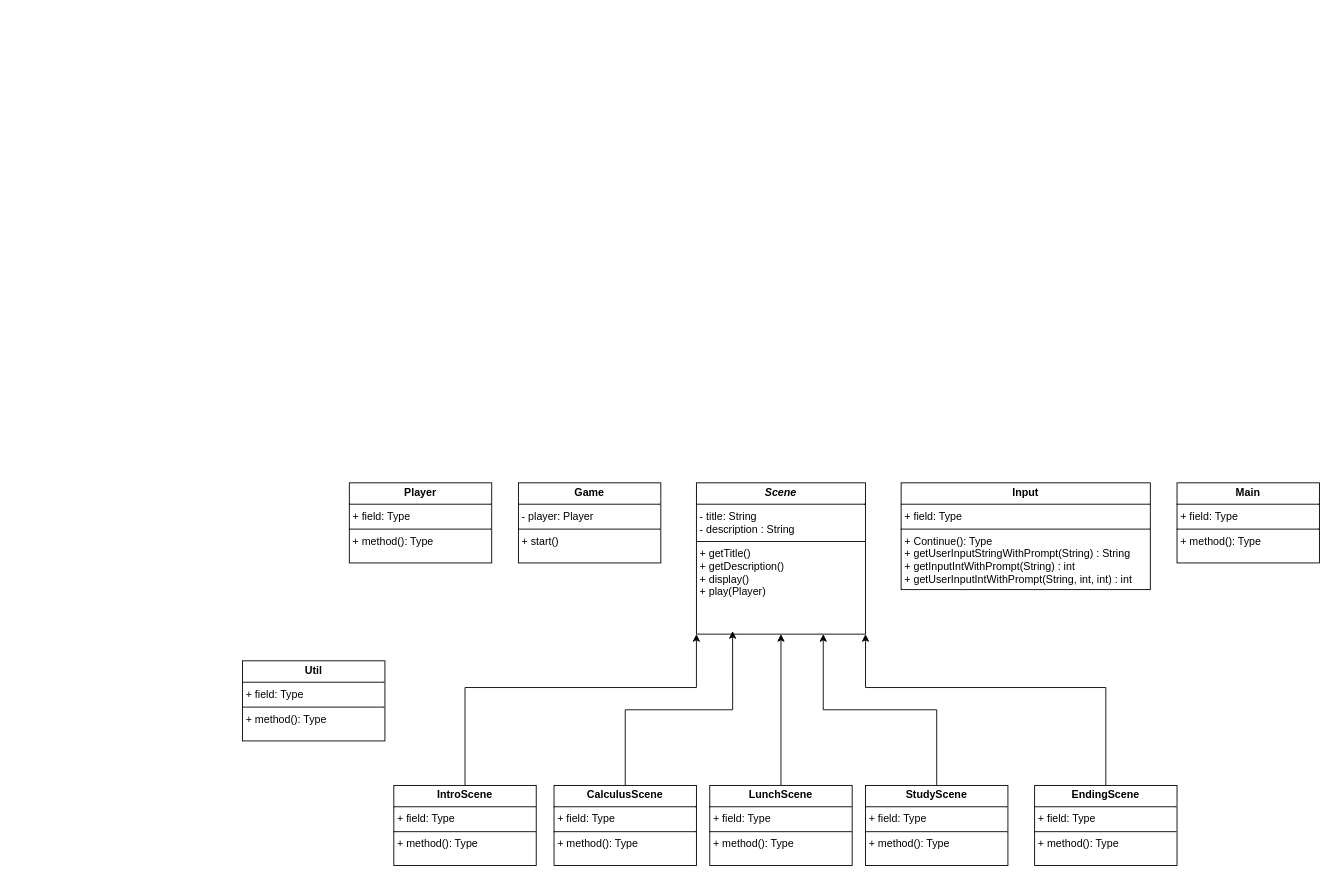
Earlier version of the draw.io diagram .idea/UML Diagram.drawio (lin-zaw112/cs_adventure). Source tidied: cells renumbered, new cells numbered last; positions are measured from the earlier drawing's top-left corner, leaving out a move shared by most shapes. Both pictures are drawn from the tidied source at 89%, with x=0, y=0 at pixel (242, 482).
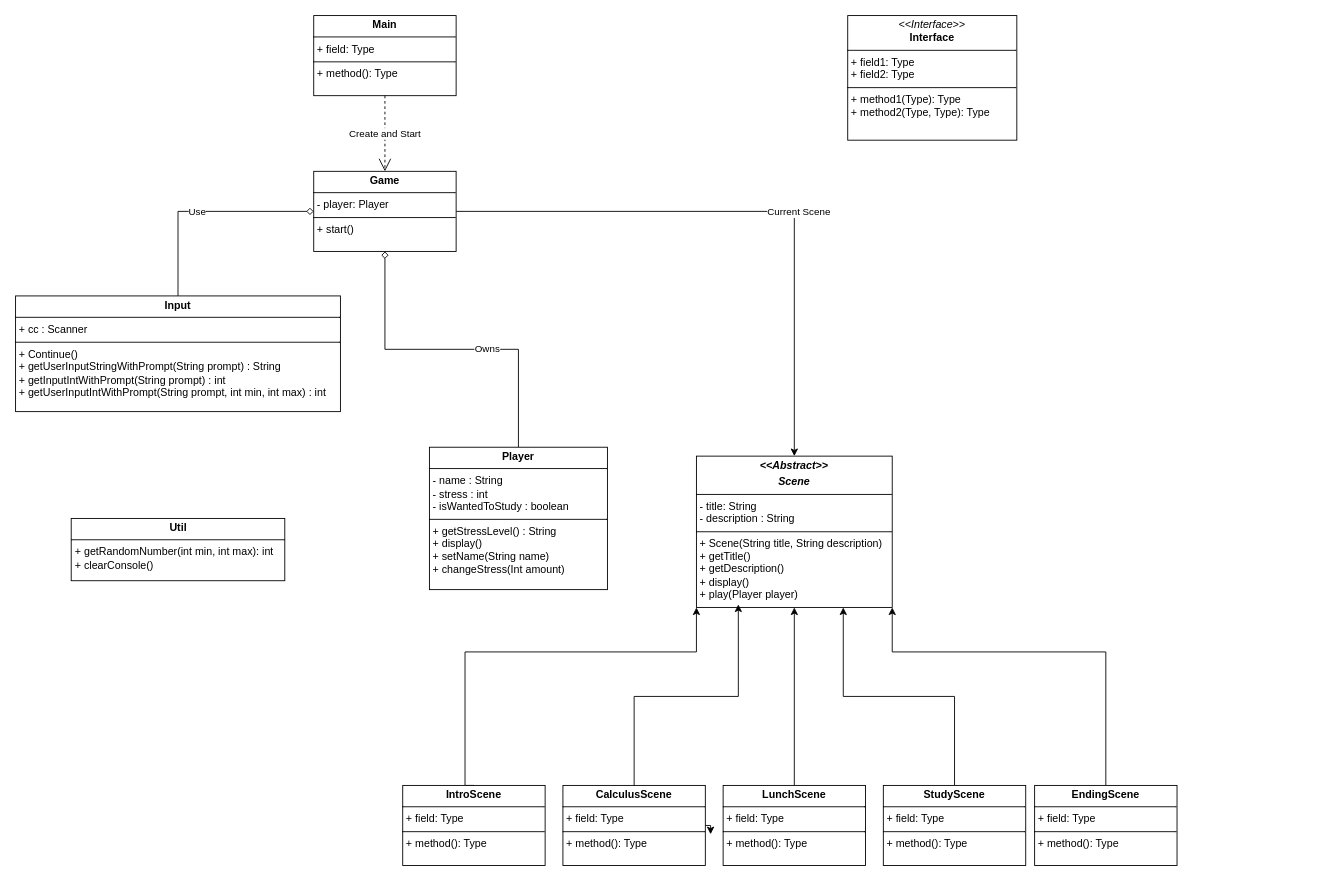
After the change.

The change refers to these unchanged cells:
```xml
<mxCell id="16" value="&lt;p style=&quot;margin:0px;margin-top:4px;text-align:center;&quot;&gt;&lt;b&gt;EndingScene&lt;/b&gt;&lt;/p&gt;&lt;hr size=&quot;1&quot; style=&quot;border-style:solid;&quot;&gt;&lt;p style=&quot;margin:0px;margin-left:4px;&quot;&gt;+ field: Type&lt;/p&gt;&lt;hr size=&quot;1&quot; style=&quot;border-style:solid;&quot;&gt;&lt;p style=&quot;margin:0px;margin-left:4px;&quot;&gt;+ method(): Type&lt;/p&gt;" style="verticalAlign=top;align=left;overflow=fill;html=1;whiteSpace=wrap;" parent="1" vertex="1">
  <mxGeometry x="890" y="340" width="160" height="90" as="geometry" />
</mxCell>
```

Change to the diagram source:
```diff
@@
-    <mxCell id="2" value="&lt;p style=&quot;margin:0px;margin-top:4px;text-align:center;&quot;&gt;&lt;b&gt;&lt;i&gt;Scene&lt;/i&gt;&lt;/b&gt;&lt;/p&gt;&lt;hr size=&quot;1&quot; style=&quot;border-style:solid;&quot;&gt;&lt;p style=&quot;margin:0px;margin-left:4px;&quot;&gt;- title: String&lt;br&gt;- description : String&lt;/p&gt;&lt;hr size=&quot;1&quot; style=&quot;border-style:solid;&quot;&gt;&lt;p style=&quot;margin:0px;margin-left:4px;&quot;&gt;+ getTitle()&lt;br&gt;+ getDescription()&lt;/p&gt;&lt;p style=&quot;margin:0px;margin-left:4px;&quot;&gt;+ display()&amp;nbsp;&lt;/p&gt;&lt;p style=&quot;margin:0px;margin-left:4px;&quot;&gt;+ play(Player)&lt;/p&gt;" style="verticalAlign=top;align=left;overflow=fill;html=1;whiteSpace=wrap;" parent="1" vertex="1">
-      <mxGeometry x="510" width="190" height="170" as="geometry" />
+    <mxCell id="2" value="&lt;p style=&quot;margin:0px;margin-top:4px;text-align:center;&quot;&gt;&lt;b&gt;&lt;i&gt;&amp;lt;&amp;lt;Abstract&amp;gt;&amp;gt;&lt;/i&gt;&lt;/b&gt;&lt;/p&gt;&lt;p style=&quot;margin:0px;margin-top:4px;text-align:center;&quot;&gt;&lt;b&gt;&lt;i&gt;Scene&lt;/i&gt;&lt;/b&gt;&lt;/p&gt;&lt;hr size=&quot;1&quot; style=&quot;border-style:solid;&quot;&gt;&lt;p style=&quot;margin:0px;margin-left:4px;&quot;&gt;- title: String&lt;br&gt;- description : String&lt;/p&gt;&lt;hr size=&quot;1&quot; style=&quot;border-style:solid;&quot;&gt;&lt;p style=&quot;margin:0px;margin-left:4px;&quot;&gt;+ Scene(String title, String description)&lt;/p&gt;&lt;p style=&quot;margin:0px;margin-left:4px;&quot;&gt;+ getTitle()&lt;br&gt;+ getDescription()&lt;/p&gt;&lt;p style=&quot;margin:0px;margin-left:4px;&quot;&gt;+ display()&amp;nbsp;&lt;/p&gt;&lt;p style=&quot;margin:0px;margin-left:4px;&quot;&gt;+ play(Player player)&lt;/p&gt;" style="verticalAlign=top;align=left;overflow=fill;html=1;whiteSpace=wrap;" parent="1" vertex="1">
+      <mxGeometry x="510" y="-30" width="220" height="170" as="geometry" />
     </mxCell>
     <mxCell id="3" value="&lt;p style=&quot;margin:0px;margin-top:4px;text-align:center;&quot;&gt;&lt;b&gt;Main&lt;/b&gt;&lt;/p&gt;&lt;hr size=&quot;1&quot; style=&quot;border-style:solid;&quot;&gt;&lt;p style=&quot;margin:0px;margin-left:4px;&quot;&gt;+ field: Type&lt;/p&gt;&lt;hr size=&quot;1&quot; style=&quot;border-style:solid;&quot;&gt;&lt;p style=&quot;margin:0px;margin-left:4px;&quot;&gt;+ method(): Type&lt;/p&gt;" style="verticalAlign=top;align=left;overflow=fill;html=1;whiteSpace=wrap;" parent="1" vertex="1">
-      <mxGeometry x="1050" width="160" height="90" as="geometry" />
+      <mxGeometry x="80" y="-525" width="160" height="90" as="geometry" />
     </mxCell>
-    <mxCell id="4" value="&lt;p style=&quot;margin:0px;margin-top:4px;text-align:center;&quot;&gt;&lt;b&gt;Input&lt;/b&gt;&lt;/p&gt;&lt;hr size=&quot;1&quot; style=&quot;border-style:solid;&quot;&gt;&lt;p style=&quot;margin:0px;margin-left:4px;&quot;&gt;+ field: Type&lt;/p&gt;&lt;hr size=&quot;1&quot; style=&quot;border-style:solid;&quot;&gt;&lt;p style=&quot;margin:0px;margin-left:4px;&quot;&gt;+ Continue(): Type&lt;/p&gt;&lt;p style=&quot;margin:0px;margin-left:4px;&quot;&gt;+ getUserInputStringWithPrompt(String) : String&lt;/p&gt;&lt;p style=&quot;margin:0px;margin-left:4px;&quot;&gt;+ getInputIntWithPrompt(String) : int&lt;/p&gt;&lt;p style=&quot;margin:0px;margin-left:4px;&quot;&gt;+ getUserInputIntWithPrompt(String, int, int) : int&lt;/p&gt;" style="verticalAlign=top;align=left;overflow=fill;html=1;whiteSpace=wrap;" parent="1" vertex="1">
-      <mxGeometry x="740" width="280" height="120" as="geometry" />
-    </mxCell>
     <mxCell id="5" style="edgeStyle=orthogonalEdgeStyle;rounded=0;jettySize=auto;html=1;exitX=0.5;exitY=0;exitDx=0;exitDy=0;entryX=0;entryY=1;entryDx=0;entryDy=0;defaultLabelBackgroundColor=page;" parent="1" edge="1" source="6" target="2">
       <mxGeometry relative="1" as="geometry">
         <Array as="points">
-          <mxPoint x="250" y="230" />
-          <mxPoint x="510" y="230" />
+          <mxPoint x="250" y="340" />
+          <mxPoint x="250" y="190" />
+          <mxPoint x="510" y="190" />
         </Array>
       </mxGeometry>
     </mxCell>
     <mxCell id="6" value="&lt;p style=&quot;margin:0px;margin-top:4px;text-align:center;&quot;&gt;&lt;b&gt;IntroScene&lt;/b&gt;&lt;/p&gt;&lt;hr size=&quot;1&quot; style=&quot;border-style:solid;&quot;&gt;&lt;p style=&quot;margin:0px;margin-left:4px;&quot;&gt;+ field: Type&lt;/p&gt;&lt;hr size=&quot;1&quot; style=&quot;border-style:solid;&quot;&gt;&lt;p style=&quot;margin:0px;margin-left:4px;&quot;&gt;+ method(): Type&lt;/p&gt;" style="verticalAlign=top;align=left;overflow=fill;html=1;whiteSpace=wrap;" parent="1" vertex="1">
-      <mxGeometry x="170" y="340" width="160" height="90" as="geometry" />
+      <mxGeometry x="180" y="340" width="160" height="90" as="geometry" />
     </mxCell>
+    <mxCell id="18" style="edgeStyle=orthogonalEdgeStyle;rounded=0;jettySize=auto;html=1;exitX=1;exitY=0.5;exitDx=0;exitDy=0;defaultLabelBackgroundColor=page;" parent="1" edge="1" source="7" target="2">
+      <mxGeometry relative="1" as="geometry" />
+    </mxCell>
+    <mxCell id="19" value="Current Scene" style="edgeLabel;html=1;align=center;verticalAlign=middle;inheritText=1;defaultLabelBackgroundColor=page;" parent="18" vertex="1">
+      <mxGeometry x="0.16" y="4" relative="1" as="geometry" />
+    </mxCell>
     <mxCell id="7" value="&lt;p style=&quot;margin:0px;margin-top:4px;text-align:center;&quot;&gt;&lt;b&gt;Game&lt;/b&gt;&lt;/p&gt;&lt;hr size=&quot;1&quot; style=&quot;border-style:solid;&quot;&gt;&lt;p style=&quot;margin:0px;margin-left:4px;&quot;&gt;- player: Player&lt;/p&gt;&lt;hr size=&quot;1&quot; style=&quot;border-style:solid;&quot;&gt;&lt;p style=&quot;margin:0px;margin-left:4px;&quot;&gt;+ start()&lt;/p&gt;" style="verticalAlign=top;align=left;overflow=fill;html=1;whiteSpace=wrap;" parent="1" vertex="1">
-      <mxGeometry x="310" width="160" height="90" as="geometry" />
+      <mxGeometry x="80" y="-350" width="160" height="90" as="geometry" />
     </mxCell>
+    <mxCell id="20" style="edgeStyle=orthogonalEdgeStyle;rounded=0;jettySize=auto;html=1;entryX=0.5;entryY=1;entryDx=0;entryDy=0;defaultLabelBackgroundColor=page;endArrow=diamond;endFill=0;" parent="1" edge="1" source="8" target="7">
+      <mxGeometry relative="1" as="geometry" />
+    </mxCell>
+    <mxCell id="21" value="Owns" style="edgeLabel;html=1;align=center;verticalAlign=middle;inheritText=1;defaultLabelBackgroundColor=page;" parent="20" vertex="1">
+      <mxGeometry x="-0.21" y="-2" relative="1" as="geometry" />
+    </mxCell>
-    <mxCell id="8" value="&lt;p style=&quot;margin:0px;margin-top:4px;text-align:center;&quot;&gt;&lt;b&gt;Player&lt;/b&gt;&lt;/p&gt;&lt;hr size=&quot;1&quot; style=&quot;border-style:solid;&quot;&gt;&lt;p style=&quot;margin:0px;margin-left:4px;&quot;&gt;+ field: Type&lt;/p&gt;&lt;hr size=&quot;1&quot; style=&quot;border-style:solid;&quot;&gt;&lt;p style=&quot;margin:0px;margin-left:4px;&quot;&gt;+ method(): Type&lt;/p&gt;" style="verticalAlign=top;align=left;overflow=fill;html=1;whiteSpace=wrap;" parent="1" vertex="1">
-      <mxGeometry x="120" width="160" height="90" as="geometry" />
+    <mxCell id="8" value="&lt;p style=&quot;margin:0px;margin-top:4px;text-align:center;&quot;&gt;&lt;b&gt;Player&lt;/b&gt;&lt;/p&gt;&lt;hr size=&quot;1&quot; style=&quot;border-style:solid;&quot;&gt;&lt;p style=&quot;margin:0px;margin-left:4px;&quot;&gt;- name : String&lt;/p&gt;&lt;p style=&quot;margin:0px;margin-left:4px;&quot;&gt;- stress : int&lt;/p&gt;&lt;p style=&quot;margin:0px;margin-left:4px;&quot;&gt;- isWantedToStudy : boolean&lt;/p&gt;&lt;hr size=&quot;1&quot; style=&quot;border-style:solid;&quot;&gt;&lt;p style=&quot;margin:0px;margin-left:4px;&quot;&gt;+ getStressLevel() : String&lt;/p&gt;&lt;p style=&quot;margin:0px;margin-left:4px;&quot;&gt;+ display()&lt;/p&gt;&lt;p style=&quot;margin:0px;margin-left:4px;&quot;&gt;+ setName(String name)&lt;/p&gt;&lt;p style=&quot;margin:0px;margin-left:4px;&quot;&gt;+ changeStress(Int amount)&lt;/p&gt;" style="verticalAlign=top;align=left;overflow=fill;html=1;whiteSpace=wrap;" parent="1" vertex="1">
+      <mxGeometry x="210" y="-40" width="200" height="160" as="geometry" />
     </mxCell>
@@
     <mxCell id="10" value="&lt;p style=&quot;margin:0px;margin-top:4px;text-align:center;&quot;&gt;&lt;b&gt;LunchScene&lt;/b&gt;&lt;/p&gt;&lt;hr size=&quot;1&quot; style=&quot;border-style:solid;&quot;&gt;&lt;p style=&quot;margin:0px;margin-left:4px;&quot;&gt;+ field: Type&lt;/p&gt;&lt;hr size=&quot;1&quot; style=&quot;border-style:solid;&quot;&gt;&lt;p style=&quot;margin:0px;margin-left:4px;&quot;&gt;+ method(): Type&lt;/p&gt;" style="verticalAlign=top;align=left;overflow=fill;html=1;whiteSpace=wrap;" parent="1" vertex="1">
-      <mxGeometry x="525" y="340" width="160" height="90" as="geometry" />
+      <mxGeometry x="540" y="340" width="160" height="90" as="geometry" />
     </mxCell>
-    <mxCell id="11" value="&lt;p style=&quot;margin:0px;margin-top:4px;text-align:center;&quot;&gt;&lt;b&gt;Util&lt;/b&gt;&lt;/p&gt;&lt;hr size=&quot;1&quot; style=&quot;border-style:solid;&quot;&gt;&lt;p style=&quot;margin:0px;margin-left:4px;&quot;&gt;+ field: Type&lt;/p&gt;&lt;hr size=&quot;1&quot; style=&quot;border-style:solid;&quot;&gt;&lt;p style=&quot;margin:0px;margin-left:4px;&quot;&gt;+ method(): Type&lt;/p&gt;" style="verticalAlign=top;align=left;overflow=fill;html=1;whiteSpace=wrap;" parent="1" vertex="1">
-      <mxGeometry y="200" width="160" height="90" as="geometry" />
-    </mxCell>
@@
     <mxCell id="13" value="&lt;p style=&quot;margin:0px;margin-top:4px;text-align:center;&quot;&gt;&lt;b&gt;StudyScene&lt;/b&gt;&lt;/p&gt;&lt;hr size=&quot;1&quot; style=&quot;border-style:solid;&quot;&gt;&lt;p style=&quot;margin:0px;margin-left:4px;&quot;&gt;+ field: Type&lt;/p&gt;&lt;hr size=&quot;1&quot; style=&quot;border-style:solid;&quot;&gt;&lt;p style=&quot;margin:0px;margin-left:4px;&quot;&gt;+ method(): Type&lt;/p&gt;" style="verticalAlign=top;align=left;overflow=fill;html=1;whiteSpace=wrap;" parent="1" vertex="1">
-      <mxGeometry x="700" y="340" width="160" height="90" as="geometry" />
+      <mxGeometry x="720" y="340" width="160" height="90" as="geometry" />
     </mxCell>
     <mxCell id="14" value="&lt;p style=&quot;margin:0px;margin-top:4px;text-align:center;&quot;&gt;&lt;b&gt;CalculusScene&lt;/b&gt;&lt;/p&gt;&lt;hr size=&quot;1&quot; style=&quot;border-style:solid;&quot;&gt;&lt;p style=&quot;margin:0px;margin-left:4px;&quot;&gt;+ field: Type&lt;/p&gt;&lt;hr size=&quot;1&quot; style=&quot;border-style:solid;&quot;&gt;&lt;p style=&quot;margin:0px;margin-left:4px;&quot;&gt;+ method(): Type&lt;/p&gt;" style="verticalAlign=top;align=left;overflow=fill;html=1;whiteSpace=wrap;" parent="1" vertex="1">
-      <mxGeometry x="350" y="340" width="160" height="90" as="geometry" />
+      <mxGeometry x="360" y="340" width="160" height="90" as="geometry" />
     </mxCell>
     <mxCell id="15" style="edgeStyle=orthogonalEdgeStyle;rounded=0;jettySize=auto;html=1;exitX=0.5;exitY=0;exitDx=0;exitDy=0;defaultLabelBackgroundColor=page;entryX=1;entryY=1;entryDx=0;entryDy=0;" parent="1" edge="1" source="16" target="2">
-      <mxGeometry relative="1" as="geometry">
+      <mxGeometry x="0.15" relative="1" as="geometry">
         <Array as="points">
-          <mxPoint x="970" y="230" />
-          <mxPoint x="700" y="230" />
+          <mxPoint x="970" y="190" />
+          <mxPoint x="730" y="190" />
         </Array>
       </mxGeometry>
     </mxCell>
@@
+    <mxCell id="22" value="&lt;p style=&quot;margin:0px;margin-top:4px;text-align:center;&quot;&gt;&lt;b&gt;Util&lt;/b&gt;&lt;/p&gt;&lt;hr size=&quot;1&quot; style=&quot;border-style:solid;&quot;&gt;&lt;div style=&quot;height:2px;&quot;&gt;&lt;p style=&quot;margin: 0px 0px 0px 4px;&quot;&gt;+ getRandomNumber(int min, int max): int&lt;/p&gt;&lt;p style=&quot;margin: 0px 0px 0px 4px;&quot;&gt;+ clearConsole()&lt;/p&gt;&lt;/div&gt;" style="verticalAlign=top;align=left;overflow=fill;html=1;whiteSpace=wrap;" parent="1" vertex="1">
+      <mxGeometry x="-192.5" y="40" width="240" height="70" as="geometry" />
+    </mxCell>
+    <mxCell id="23" value="&lt;p style=&quot;margin:0px;margin-top:4px;text-align:center;&quot;&gt;&lt;i&gt;&amp;lt;&amp;lt;Interface&amp;gt;&amp;gt;&lt;/i&gt;&lt;br/&gt;&lt;b&gt;Interface&lt;/b&gt;&lt;/p&gt;&lt;hr size=&quot;1&quot; style=&quot;border-style:solid;&quot;/&gt;&lt;p style=&quot;margin:0px;margin-left:4px;&quot;&gt;+ field1: Type&lt;br/&gt;+ field2: Type&lt;/p&gt;&lt;hr size=&quot;1&quot; style=&quot;border-style:solid;&quot;/&gt;&lt;p style=&quot;margin:0px;margin-left:4px;&quot;&gt;+ method1(Type): Type&lt;br/&gt;+ method2(Type, Type): Type&lt;/p&gt;" style="verticalAlign=top;align=left;overflow=fill;html=1;whiteSpace=wrap;" parent="1" vertex="1">
+      <mxGeometry x="680" y="-525" width="190" height="140" as="geometry" />
+    </mxCell>
+    <mxCell id="24" style="edgeStyle=orthogonalEdgeStyle;rounded=0;jettySize=auto;html=1;exitX=0.5;exitY=0;exitDx=0;exitDy=0;entryX=0;entryY=0.5;entryDx=0;entryDy=0;defaultLabelBackgroundColor=page;endArrow=diamond;endFill=0;" parent="1" edge="1" source="26" target="7">
+      <mxGeometry relative="1" as="geometry" />
+    </mxCell>
+    <mxCell id="25" value="Use" style="edgeLabel;html=1;align=center;verticalAlign=middle;inheritText=1;defaultLabelBackgroundColor=page;" parent="24" vertex="1">
+      <mxGeometry x="-0.06" relative="1" as="geometry" />
+    </mxCell>
+    <mxCell id="26" value="&lt;p style=&quot;margin:0px;margin-top:4px;text-align:center;&quot;&gt;&lt;b&gt;Input&lt;/b&gt;&lt;/p&gt;&lt;hr size=&quot;1&quot; style=&quot;border-style:solid;&quot;&gt;&lt;p style=&quot;margin:0px;margin-left:4px;&quot;&gt;+ cc : Scanner&lt;/p&gt;&lt;hr size=&quot;1&quot; style=&quot;border-style:solid;&quot;&gt;&lt;p style=&quot;margin: 0px 0px 0px 4px;&quot;&gt;+ Continue()&lt;/p&gt;&lt;p style=&quot;margin: 0px 0px 0px 4px;&quot;&gt;+ getUserInputStringWithPrompt(String prompt) : String&lt;/p&gt;&lt;p style=&quot;margin: 0px 0px 0px 4px;&quot;&gt;+ getInputIntWithPrompt(String prompt) : int&lt;/p&gt;&lt;p style=&quot;margin: 0px 0px 0px 4px;&quot;&gt;+ getUserInputIntWithPrompt(String prompt, int min, int max) : int&lt;/p&gt;" style="verticalAlign=top;align=left;overflow=fill;html=1;whiteSpace=wrap;" parent="1" vertex="1">
+      <mxGeometry x="-255" y="-210" width="365" height="130" as="geometry" />
+    </mxCell>
+    <mxCell id="27" value="Create and Start" style="endArrow=open;endSize=12;dashed=1;html=1;rounded=0;defaultLabelBackgroundColor=page;exitX=0.5;exitY=1;exitDx=0;exitDy=0;" parent="1" edge="1" source="3" target="7">
+      <mxGeometry relative="1" as="geometry" />
+    </mxCell>
+    <mxCell id="28" style="edgeStyle=orthogonalEdgeStyle;rounded=0;orthogonalLoop=1;jettySize=auto;html=1;innerLoopWaypoints=1;exitX=1;exitY=0.5;exitDx=0;exitDy=0;entryX=1.037;entryY=0.61;entryDx=0;entryDy=0;entryPerimeter=0;defaultLabelBackgroundColor=page;" parent="1" edge="1" source="14" target="14">
+      <mxGeometry relative="1" as="geometry" />
+    </mxCell>
```
